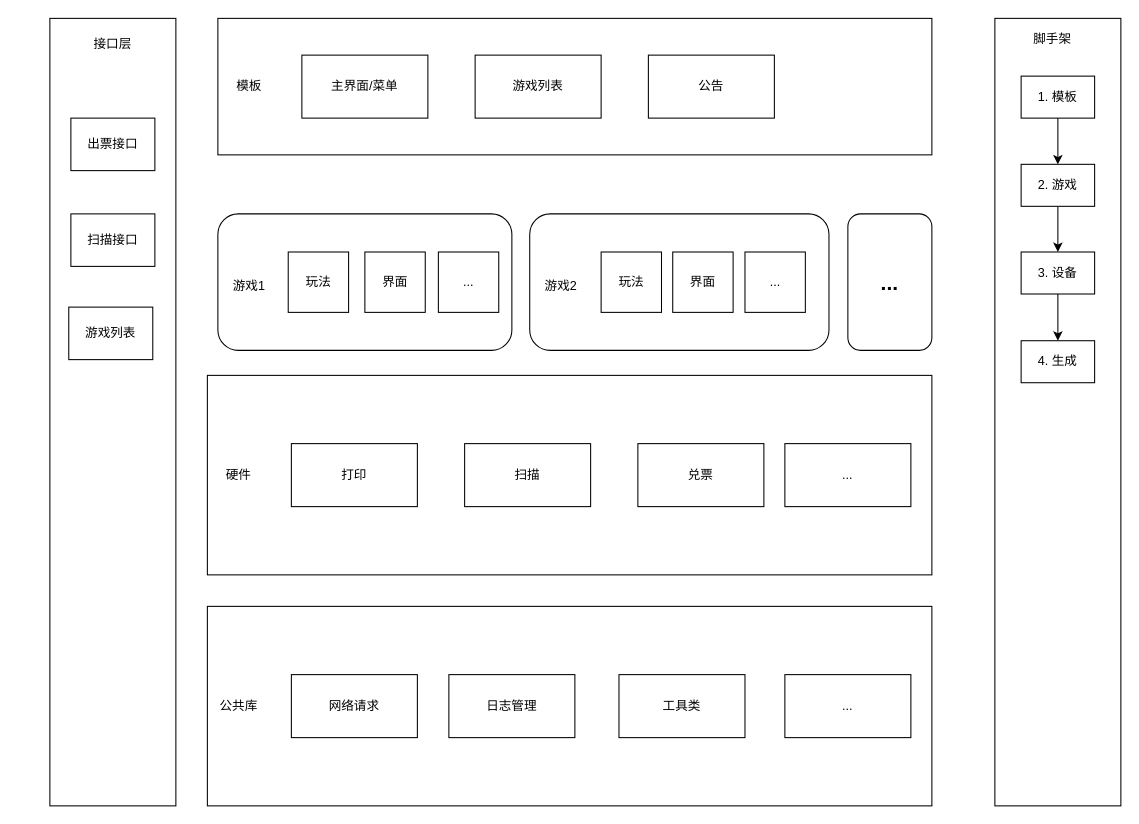
The draw.io diagram 终端软件架构demo.drawio in metre/images, before the edit. Source tidied: cells renumbered, new cells numbered last; positions are measured from the earlier drawing's top-left corner, leaving out a move shared by most shapes. Both pictures are drawn from the tidied source at 105%, with x=0, y=0 at pixel (49, 18).
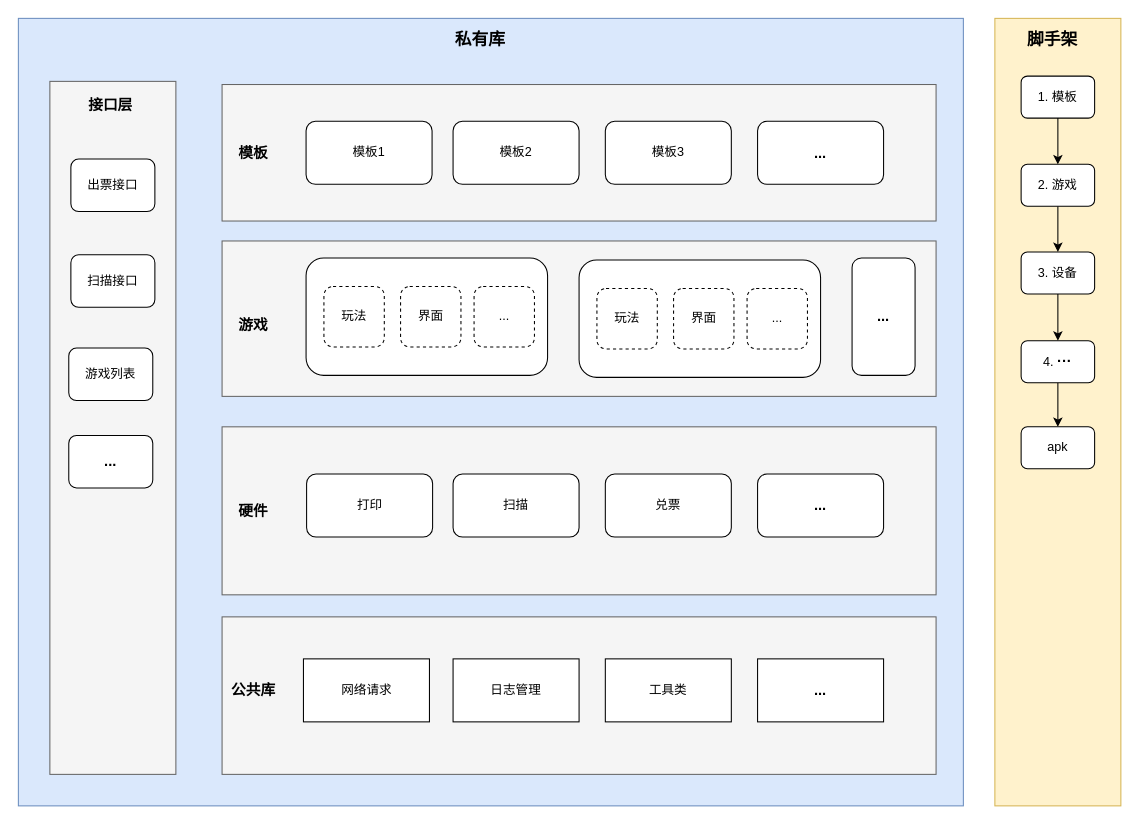
After the change.

Commit message:
更新终端软件架构demo.drawio

Change to the diagram source:
```diff
@@
-    <mxCell id="2" style="rounded=1;whiteSpace=wrap;html=1;" parent="1" vertex="1">
-      <mxGeometry x="160" y="186.2" width="280" height="130" as="geometry" />
-    </mxCell>
-    <mxCell id="3" value="游戏1" style="text;html=1;strokeColor=none;fillColor=none;align=center;verticalAlign=middle;whiteSpace=wrap;rounded=0;" parent="1" vertex="1">
-      <mxGeometry x="160" y="240" width="60" height="30" as="geometry" />
-    </mxCell>
-    <mxCell id="4" value="玩法" style="whiteSpace=wrap;html=1;" parent="1" vertex="1">
-      <mxGeometry x="227" y="222.5" width="57.5" height="57.5" as="geometry" />
-    </mxCell>
-    <mxCell id="5" value="界面" style="whiteSpace=wrap;html=1;" parent="1" vertex="1">
-      <mxGeometry x="300" y="222.5" width="57.5" height="57.5" as="geometry" />
-    </mxCell>
-    <mxCell id="6" style="rounded=0;whiteSpace=wrap;html=1;" parent="1" vertex="1">
-      <mxGeometry x="150" y="560" width="690" height="190" as="geometry" />
-    </mxCell>
-    <mxCell id="7" value="公共库" style="text;html=1;strokeColor=none;fillColor=none;align=center;verticalAlign=middle;whiteSpace=wrap;rounded=0;" parent="1" vertex="1">
-      <mxGeometry x="150" y="640" width="60" height="30" as="geometry" />
-    </mxCell>
-    <mxCell id="8" value="网络请求" style="rounded=0;whiteSpace=wrap;html=1;" parent="1" vertex="1">
-      <mxGeometry x="230" y="625" width="120" height="60" as="geometry" />
-    </mxCell>
-    <mxCell id="9" value="日志管理" style="rounded=0;whiteSpace=wrap;html=1;" parent="1" vertex="1">
-      <mxGeometry x="380" y="625" width="120" height="60" as="geometry" />
-    </mxCell>
-    <mxCell id="10" value="工具类" style="rounded=0;whiteSpace=wrap;html=1;" parent="1" vertex="1">
-      <mxGeometry x="542" y="625" width="120" height="60" as="geometry" />
-    </mxCell>
-    <mxCell id="11" value="..." style="whiteSpace=wrap;html=1;" parent="1" vertex="1">
-      <mxGeometry x="370" y="222.5" width="57.5" height="57.5" as="geometry" />
-    </mxCell>
-    <mxCell id="12" style="rounded=0;whiteSpace=wrap;html=1;" parent="1" vertex="1">
-      <mxGeometry width="120" height="750" as="geometry" />
-    </mxCell>
-    <mxCell id="13" value="接口层" style="text;html=1;strokeColor=none;fillColor=none;align=center;verticalAlign=middle;whiteSpace=wrap;rounded=0;" parent="1" vertex="1">
-      <mxGeometry x="30" y="10" width="60" height="30" as="geometry" />
-    </mxCell>
-    <mxCell id="14" style="rounded=0;whiteSpace=wrap;html=1;" parent="1" vertex="1">
-      <mxGeometry x="150" y="340" width="690" height="190" as="geometry" />
-    </mxCell>
-    <mxCell id="15" value="硬件" style="text;html=1;strokeColor=none;fillColor=none;align=center;verticalAlign=middle;whiteSpace=wrap;rounded=0;" parent="1" vertex="1">
-      <mxGeometry x="150" y="420" width="60" height="30" as="geometry" />
-    </mxCell>
-    <mxCell id="16" value="打印" style="rounded=0;whiteSpace=wrap;html=1;" parent="1" vertex="1">
-      <mxGeometry x="230" y="405" width="120" height="60" as="geometry" />
-    </mxCell>
-    <mxCell id="17" value="扫描" style="rounded=0;whiteSpace=wrap;html=1;" parent="1" vertex="1">
-      <mxGeometry x="395" y="405" width="120" height="60" as="geometry" />
-    </mxCell>
-    <mxCell id="18" value="兑票" style="rounded=0;whiteSpace=wrap;html=1;" parent="1" vertex="1">
-      <mxGeometry x="560" y="405" width="120" height="60" as="geometry" />
-    </mxCell>
-    <mxCell id="19" style="rounded=1;whiteSpace=wrap;html=1;" parent="1" vertex="1">
-      <mxGeometry x="457" y="186.2" width="285" height="130" as="geometry" />
-    </mxCell>
-    <mxCell id="20" value="游戏2" style="text;html=1;strokeColor=none;fillColor=none;align=center;verticalAlign=middle;whiteSpace=wrap;rounded=0;" parent="1" vertex="1">
-      <mxGeometry x="457" y="240" width="60" height="30" as="geometry" />
-    </mxCell>
-    <mxCell id="21" value="玩法" style="whiteSpace=wrap;html=1;" parent="1" vertex="1">
-      <mxGeometry x="525" y="222.5" width="57.5" height="57.5" as="geometry" />
-    </mxCell>
-    <mxCell id="22" value="界面" style="whiteSpace=wrap;html=1;" parent="1" vertex="1">
-      <mxGeometry x="593.2" y="222.5" width="57.5" height="57.5" as="geometry" />
-    </mxCell>
-    <mxCell id="23" value="..." style="whiteSpace=wrap;html=1;" parent="1" vertex="1">
-      <mxGeometry x="662" y="222.5" width="57.5" height="57.5" as="geometry" />
-    </mxCell>
-    <mxCell id="24" style="rounded=0;whiteSpace=wrap;html=1;" parent="1" vertex="1">
-      <mxGeometry x="160" width="680" height="130" as="geometry" />
-    </mxCell>
-    <mxCell id="25" value="模板" style="text;html=1;strokeColor=none;fillColor=none;align=center;verticalAlign=middle;whiteSpace=wrap;rounded=0;" parent="1" vertex="1">
-      <mxGeometry x="160" y="50" width="60" height="30" as="geometry" />
-    </mxCell>
-    <mxCell id="26" value="主界面/菜单" style="rounded=0;whiteSpace=wrap;html=1;" parent="1" vertex="1">
-      <mxGeometry x="240" y="35" width="120" height="60" as="geometry" />
-    </mxCell>
-    <mxCell id="27" value="游戏列表" style="rounded=0;whiteSpace=wrap;html=1;" parent="1" vertex="1">
-      <mxGeometry x="405" y="35" width="120" height="60" as="geometry" />
-    </mxCell>
-    <mxCell id="28" value="公告" style="rounded=0;whiteSpace=wrap;html=1;" parent="1" vertex="1">
-      <mxGeometry x="570" y="35" width="120" height="60" as="geometry" />
-    </mxCell>
-    <mxCell id="29" style="rounded=0;whiteSpace=wrap;html=1;" parent="1" vertex="1">
+    <mxCell id="29" style="rounded=0;whiteSpace=wrap;html=1;fillColor=#fff2cc;strokeColor=#d6b656;" parent="1" vertex="1">
       <mxGeometry x="900" width="120" height="750" as="geometry" />
     </mxCell>
-    <mxCell id="30" value="脚手架" style="text;html=1;strokeColor=none;fillColor=none;align=center;verticalAlign=middle;whiteSpace=wrap;rounded=0;" parent="1" vertex="1">
+    <mxCell id="30" value="脚手架" style="text;html=1;strokeColor=none;fillColor=none;align=center;verticalAlign=middle;whiteSpace=wrap;rounded=0;fontSize=16;fontStyle=1;" parent="1" vertex="1">
       <mxGeometry x="925" y="5" width="60" height="30" as="geometry" />
     </mxCell>
-    <mxCell id="31" value="出票接口" style="rounded=0;whiteSpace=wrap;html=1;" parent="1" vertex="1">
-      <mxGeometry x="20" y="95" width="80" height="50" as="geometry" />
-    </mxCell>
-    <mxCell id="32" value="..." style="rounded=1;whiteSpace=wrap;html=1;fontStyle=1;fontSize=20;" parent="1" vertex="1">
-      <mxGeometry x="760" y="186.2" width="80" height="130" as="geometry" />
-    </mxCell>
@@
-    <mxCell id="34" value="1. 模板" style="rounded=0;whiteSpace=wrap;html=1;" parent="1" vertex="1">
+    <mxCell id="34" value="1. 模板" style="rounded=1;whiteSpace=wrap;html=1;glass=0;" parent="1" vertex="1">
       <mxGeometry x="925" y="55" width="70" height="40" as="geometry" />
     </mxCell>
@@
-    <mxCell id="36" value="2. 游戏" style="rounded=0;whiteSpace=wrap;html=1;" parent="1" vertex="1">
+    <mxCell id="36" value="2. 游戏" style="rounded=1;whiteSpace=wrap;html=1;" parent="1" vertex="1">
       <mxGeometry x="925" y="139" width="70" height="40" as="geometry" />
     </mxCell>
@@
-    <mxCell id="38" value="3. 设备" style="rounded=0;whiteSpace=wrap;html=1;" parent="1" vertex="1">
+    <mxCell id="38" value="3. 设备" style="rounded=1;whiteSpace=wrap;html=1;" parent="1" vertex="1">
       <mxGeometry x="925" y="222.5" width="70" height="40" as="geometry" />
     </mxCell>
+    <mxCell id="44" style="edgeStyle=orthogonalEdgeStyle;rounded=0;jettySize=auto;html=1;fontSize=14;" parent="1" edge="1" source="39" target="63">
+      <mxGeometry relative="1" as="geometry" />
+    </mxCell>
-    <mxCell id="39" value="4. 生成" style="rounded=0;whiteSpace=wrap;html=1;" parent="1" vertex="1">
+    <mxCell id="39" value="4. &lt;b&gt;&lt;font style=&quot;font-size: 14px;&quot;&gt;···&lt;/font&gt;&lt;/b&gt;" style="rounded=1;whiteSpace=wrap;html=1;" parent="1" vertex="1">
       <mxGeometry x="925" y="307" width="70" height="40" as="geometry" />
     </mxCell>
+    <mxCell id="45" style="rounded=0;whiteSpace=wrap;html=1;fillColor=#dae8fc;strokeColor=#6c8ebf;" parent="1" vertex="1">
+      <mxGeometry x="-30" width="900" height="750" as="geometry" />
+    </mxCell>
+    <mxCell id="46" style="rounded=0;whiteSpace=wrap;html=1;fillColor=#f5f5f5;fontColor=#333333;strokeColor=#666666;" parent="1" vertex="1">
+      <mxGeometry x="164" y="570" width="680" height="150" as="geometry" />
+    </mxCell>
+    <mxCell id="7" value="公共库" style="text;html=1;strokeColor=none;fillColor=none;align=center;verticalAlign=middle;whiteSpace=wrap;rounded=0;fontStyle=1;fontSize=14;" parent="1" vertex="1">
+      <mxGeometry x="164" y="625" width="60" height="30" as="geometry" />
+    </mxCell>
+    <mxCell id="8" value="网络请求" style="rounded=0;whiteSpace=wrap;html=1;" parent="1" vertex="1">
+      <mxGeometry x="241.5" y="610" width="120" height="60" as="geometry" />
+    </mxCell>
+    <mxCell id="9" value="日志管理" style="rounded=0;whiteSpace=wrap;html=1;" parent="1" vertex="1">
+      <mxGeometry x="384" y="610" width="120" height="60" as="geometry" />
+    </mxCell>
+    <mxCell id="10" value="工具类" style="rounded=0;whiteSpace=wrap;html=1;" parent="1" vertex="1">
+      <mxGeometry x="529" y="610" width="120" height="60" as="geometry" />
+    </mxCell>
+    <mxCell id="47" style="rounded=0;whiteSpace=wrap;html=1;fillColor=#f5f5f5;fontColor=#333333;strokeColor=#666666;" parent="1" vertex="1">
+      <mxGeometry x="164" y="389" width="680" height="160" as="geometry" />
+    </mxCell>
+    <mxCell id="15" value="硬件" style="text;html=1;strokeColor=none;fillColor=none;align=center;verticalAlign=middle;whiteSpace=wrap;rounded=0;fontStyle=1;fontSize=14;" parent="1" vertex="1">
+      <mxGeometry x="164" y="454" width="60" height="30" as="geometry" />
+    </mxCell>
+    <mxCell id="16" value="打印" style="rounded=1;whiteSpace=wrap;html=1;" parent="1" vertex="1">
+      <mxGeometry x="244.5" y="434" width="120" height="60" as="geometry" />
+    </mxCell>
+    <mxCell id="17" value="扫描" style="rounded=1;whiteSpace=wrap;html=1;" parent="1" vertex="1">
+      <mxGeometry x="384" y="434" width="120" height="60" as="geometry" />
+    </mxCell>
+    <mxCell id="18" value="兑票" style="rounded=1;whiteSpace=wrap;html=1;" parent="1" vertex="1">
+      <mxGeometry x="529" y="434" width="120" height="60" as="geometry" />
+    </mxCell>
+    <mxCell id="48" style="rounded=0;whiteSpace=wrap;html=1;fillColor=#f5f5f5;strokeColor=#666666;fontColor=#333333;" parent="1" vertex="1">
+      <mxGeometry x="164" y="63" width="680" height="130" as="geometry" />
+    </mxCell>
+    <mxCell id="25" value="模板" style="text;html=1;strokeColor=none;fillColor=none;align=center;verticalAlign=middle;whiteSpace=wrap;rounded=0;fontStyle=1;fontSize=14;" parent="1" vertex="1">
+      <mxGeometry x="164" y="113" width="60" height="30" as="geometry" />
+    </mxCell>
+    <mxCell id="49" value="模板1" style="rounded=1;whiteSpace=wrap;html=1;" parent="1" vertex="1">
+      <mxGeometry x="244" y="98" width="120" height="60" as="geometry" />
+    </mxCell>
+    <mxCell id="50" value="模板2" style="rounded=1;whiteSpace=wrap;html=1;" parent="1" vertex="1">
+      <mxGeometry x="384" y="98" width="120" height="60" as="geometry" />
+    </mxCell>
+    <mxCell id="51" value="模板3" style="rounded=1;whiteSpace=wrap;html=1;" parent="1" vertex="1">
+      <mxGeometry x="529" y="98" width="120" height="60" as="geometry" />
+    </mxCell>
+    <mxCell id="52" value="..." style="rounded=1;whiteSpace=wrap;html=1;fontStyle=1;fontSize=14;" parent="1" vertex="1">
+      <mxGeometry x="674" y="434" width="120" height="60" as="geometry" />
+    </mxCell>
+    <mxCell id="53" value="..." style="rounded=0;whiteSpace=wrap;html=1;fontSize=14;fontStyle=1;" parent="1" vertex="1">
+      <mxGeometry x="674" y="610" width="120" height="60" as="geometry" />
+    </mxCell>
+    <mxCell id="54" style="rounded=0;whiteSpace=wrap;html=1;fillColor=#f5f5f5;fontColor=#333333;strokeColor=#666666;" parent="1" vertex="1">
+      <mxGeometry x="164" y="212" width="680" height="148" as="geometry" />
+    </mxCell>
+    <mxCell id="55" style="rounded=1;whiteSpace=wrap;html=1;" parent="1" vertex="1">
+      <mxGeometry x="244" y="228.2" width="230" height="111.8" as="geometry" />
+    </mxCell>
+    <mxCell id="56" value="玩法" style="whiteSpace=wrap;html=1;dashed=1;glass=0;rounded=1;sketch=0;shadow=0;" parent="1" vertex="1">
+      <mxGeometry x="261" y="255.4" width="57.5" height="57.5" as="geometry" />
+    </mxCell>
+    <mxCell id="57" value="界面" style="whiteSpace=wrap;html=1;dashed=1;glass=0;rounded=1;" parent="1" vertex="1">
+      <mxGeometry x="334" y="255.4" width="57.5" height="57.5" as="geometry" />
+    </mxCell>
+    <mxCell id="58" value="..." style="whiteSpace=wrap;html=1;dashed=1;rounded=1;" parent="1" vertex="1">
+      <mxGeometry x="404" y="255.4" width="57.5" height="57.5" as="geometry" />
+    </mxCell>
+    <mxCell id="59" value="..." style="rounded=1;whiteSpace=wrap;html=1;fontStyle=1;fontSize=14;" parent="1" vertex="1">
+      <mxGeometry x="764" y="228.2" width="60" height="111.8" as="geometry" />
+    </mxCell>
+    <mxCell id="60" value="游戏" style="text;html=1;strokeColor=none;fillColor=none;align=center;verticalAlign=middle;whiteSpace=wrap;rounded=0;fontSize=14;fontStyle=1;" parent="1" vertex="1">
+      <mxGeometry x="164" y="277" width="60" height="30" as="geometry" />
+    </mxCell>
+    <mxCell id="61" value="私有库" style="text;html=1;strokeColor=none;fillColor=none;align=center;verticalAlign=middle;whiteSpace=wrap;rounded=0;fontStyle=1;fontSize=16;" parent="1" vertex="1">
+      <mxGeometry x="380" y="5" width="60" height="30" as="geometry" />
+    </mxCell>
+    <mxCell id="62" value="..." style="rounded=1;whiteSpace=wrap;html=1;fontStyle=1;fontSize=14;" parent="1" vertex="1">
+      <mxGeometry x="674" y="98" width="120" height="60" as="geometry" />
+    </mxCell>
+    <mxCell id="63" value="apk" style="rounded=1;whiteSpace=wrap;html=1;" parent="1" vertex="1">
+      <mxGeometry x="925" y="389" width="70" height="40" as="geometry" />
+    </mxCell>
+    <mxCell id="64" style="rounded=0;whiteSpace=wrap;html=1;fillColor=#f5f5f5;strokeColor=#666666;fontColor=#333333;" parent="1" vertex="1">
+      <mxGeometry y="60" width="120" height="660" as="geometry" />
+    </mxCell>
+    <mxCell id="13" value="接口层" style="text;html=1;strokeColor=none;fillColor=none;align=center;verticalAlign=middle;whiteSpace=wrap;rounded=0;fontSize=14;fontStyle=1;" parent="1" vertex="1">
+      <mxGeometry x="28" y="68" width="60" height="30" as="geometry" />
+    </mxCell>
+    <mxCell id="31" value="出票接口" style="rounded=1;whiteSpace=wrap;html=1;" parent="1" vertex="1">
+      <mxGeometry x="20" y="134" width="80" height="50" as="geometry" />
+    </mxCell>
-    <mxCell id="40" value="扫描接口" style="rounded=0;whiteSpace=wrap;html=1;" parent="1" vertex="1">
-      <mxGeometry x="20" y="186.2" width="80" height="50" as="geometry" />
+    <mxCell id="40" value="扫描接口" style="rounded=1;whiteSpace=wrap;html=1;" parent="1" vertex="1">
+      <mxGeometry x="20" y="225.2" width="80" height="50" as="geometry" />
     </mxCell>
-    <mxCell id="41" value="游戏列表" style="rounded=0;whiteSpace=wrap;html=1;" parent="1" vertex="1">
-      <mxGeometry x="18" y="275" width="80" height="50" as="geometry" />
-    </mxCell>
-    <mxCell id="42" value="..." style="rounded=0;whiteSpace=wrap;html=1;" parent="1" vertex="1">
-      <mxGeometry x="700" y="405" width="120" height="60" as="geometry" />
-    </mxCell>
-    <mxCell id="43" value="..." style="rounded=0;whiteSpace=wrap;html=1;" parent="1" vertex="1">
-      <mxGeometry x="700" y="625" width="120" height="60" as="geometry" />
-    </mxCell>
+    <mxCell id="65" value="游戏列表" style="rounded=1;whiteSpace=wrap;html=1;" parent="1" vertex="1">
+      <mxGeometry x="18" y="314" width="80" height="50" as="geometry" />
+    </mxCell>
+    <mxCell id="66" value="..." style="rounded=1;whiteSpace=wrap;html=1;fontSize=14;fontStyle=1;" parent="1" vertex="1">
+      <mxGeometry x="18" y="397.2" width="80" height="50" as="geometry" />
+    </mxCell>
+    <mxCell id="67" style="rounded=1;whiteSpace=wrap;html=1;" parent="1" vertex="1">
+      <mxGeometry x="504" y="230.1" width="230" height="111.8" as="geometry" />
+    </mxCell>
+    <mxCell id="68" value="玩法" style="whiteSpace=wrap;html=1;dashed=1;glass=0;rounded=1;sketch=0;shadow=0;" parent="1" vertex="1">
+      <mxGeometry x="521" y="257.3" width="57.5" height="57.5" as="geometry" />
+    </mxCell>
+    <mxCell id="69" value="界面" style="whiteSpace=wrap;html=1;dashed=1;glass=0;rounded=1;" parent="1" vertex="1">
+      <mxGeometry x="594" y="257.3" width="57.5" height="57.5" as="geometry" />
+    </mxCell>
+    <mxCell id="70" value="..." style="whiteSpace=wrap;html=1;dashed=1;rounded=1;" parent="1" vertex="1">
+      <mxGeometry x="664" y="257.3" width="57.5" height="57.5" as="geometry" />
+    </mxCell>
```
